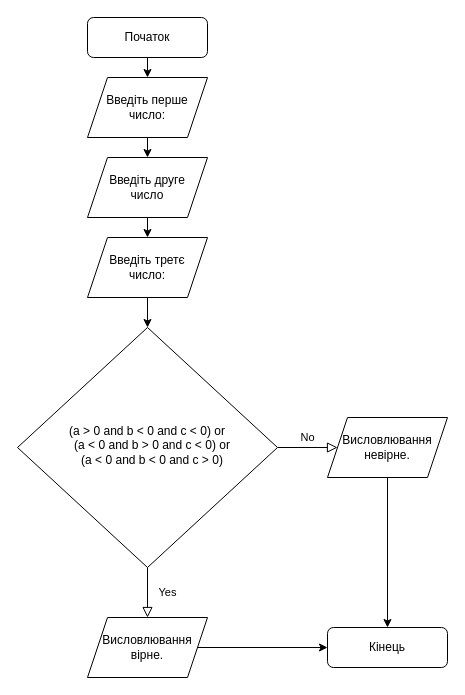
The draw.io diagram page "hw02-2" (2 of 5) of 02-diagrams.drawio in mariia-a-bondarenko/python-slfu-2023, before the edit. Source tidied: cells renumbered, new cells numbered last; positions are measured from the earlier drawing's top-left corner, leaving out a move shared by most shapes. Both pictures are drawn from the tidied source at 100%, with x=0, y=0 at pixel (17, 17).
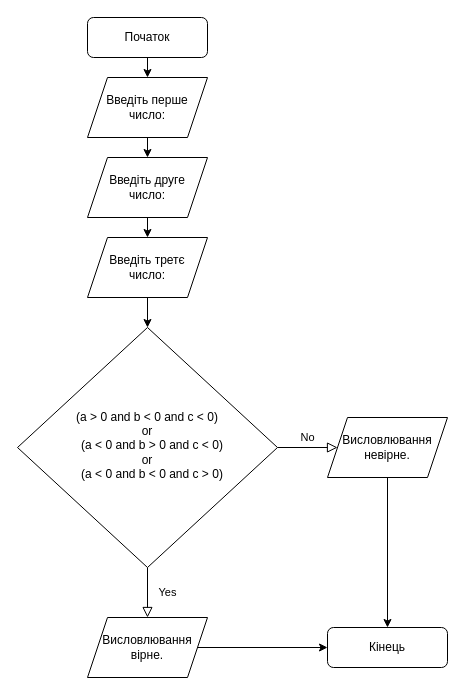
The same diagram, later.

The edit, as a diff of the source:
```diff
@@
 <mxGraphModel>
   <root>
     <mxCell id="0" />
     <mxCell id="1" parent="0" />
     <mxCell id="2" value="Yes" style="rounded=0;html=1;jettySize=auto;fontSize=11;endArrow=block;endFill=0;endSize=8;strokeWidth=1;shadow=0;labelBackgroundColor=none;edgeStyle=orthogonalEdgeStyle;entryX=0.5;entryY=0;entryDx=0;entryDy=0;" parent="1" edge="1" source="4" target="16">
       <mxGeometry y="20" relative="1" as="geometry">
         <Array as="points">
           <mxPoint x="130" y="590" />
           <mxPoint x="130" y="590" />
         </Array>
       </mxGeometry>
     </mxCell>
     <mxCell id="3" value="No" style="edgeStyle=orthogonalEdgeStyle;rounded=0;html=1;jettySize=auto;fontSize=11;endArrow=block;endFill=0;endSize=8;strokeWidth=1;shadow=0;labelBackgroundColor=none;entryX=0;entryY=0.5;entryDx=0;entryDy=0;" parent="1" edge="1" source="4" target="14">
       <mxGeometry y="10" relative="1" as="geometry" />
     </mxCell>
-    <mxCell id="4" value="&lt;div&gt;(a &amp;gt; 0 and b &amp;lt; 0 and c &amp;lt; 0) or&lt;/div&gt;&lt;div&gt;&amp;nbsp; &amp;nbsp;(a &amp;lt; 0 and b &amp;gt; 0 and c &amp;lt; 0) or&lt;/div&gt;&lt;div&gt;&amp;nbsp; &amp;nbsp;(a &amp;lt; 0 and b &amp;lt; 0 and c &amp;gt; 0)&lt;/div&gt;" style="rhombus;whiteSpace=wrap;html=1;shadow=0;fontFamily=Helvetica;fontSize=12;align=center;strokeWidth=1;spacing=6;spacingTop=-4;" parent="1" vertex="1">
+    <mxCell id="4" value="&lt;div&gt;(a &amp;gt; 0 and b &amp;lt; 0 and c &amp;lt; 0)&lt;br&gt;or&lt;/div&gt;&lt;div&gt;&amp;nbsp; &amp;nbsp;(a &amp;lt; 0 and b &amp;gt; 0 and c &amp;lt; 0)&lt;br&gt;or&lt;/div&gt;&lt;div&gt;&amp;nbsp; &amp;nbsp;(a &amp;lt; 0 and b &amp;lt; 0 and c &amp;gt; 0)&lt;/div&gt;" style="rhombus;whiteSpace=wrap;html=1;shadow=0;fontFamily=Helvetica;fontSize=12;align=center;strokeWidth=1;spacing=6;spacingTop=-4;" parent="1" vertex="1">
       <mxGeometry y="310" width="260" height="240" as="geometry" />
     </mxCell>
     <mxCell id="5" style="edgeStyle=orthogonalEdgeStyle;rounded=0;jettySize=auto;html=1;exitX=0.5;exitY=1;exitDx=0;exitDy=0;entryX=0.5;entryY=0;entryDx=0;entryDy=0;" parent="1" edge="1" source="6" target="8">
       <mxGeometry relative="1" as="geometry" />
     </mxCell>
     <mxCell id="6" value="Початок" style="rounded=1;whiteSpace=wrap;html=1;fontSize=12;glass=0;strokeWidth=1;shadow=0;" parent="1" vertex="1">
       <mxGeometry x="70" width="120" height="40" as="geometry" />
     </mxCell>
     <mxCell id="7" style="edgeStyle=orthogonalEdgeStyle;rounded=0;jettySize=auto;html=1;exitX=0.5;exitY=1;exitDx=0;exitDy=0;entryX=0.5;entryY=0;entryDx=0;entryDy=0;" parent="1" edge="1" source="8" target="10">
       <mxGeometry relative="1" as="geometry" />
     </mxCell>
     <mxCell id="8" value="Введіть перше число:" style="shape=parallelogram;perimeter=parallelogramPerimeter;whiteSpace=wrap;html=1;fixedSize=1;spacing=8;" parent="1" vertex="1">
       <mxGeometry x="70" y="60" width="120" height="60" as="geometry" />
     </mxCell>
     <mxCell id="9" style="edgeStyle=orthogonalEdgeStyle;rounded=0;jettySize=auto;html=1;exitX=0.5;exitY=1;exitDx=0;exitDy=0;entryX=0.5;entryY=0;entryDx=0;entryDy=0;" parent="1" edge="1" source="10" target="12">
       <mxGeometry relative="1" as="geometry" />
     </mxCell>
-    <mxCell id="10" value="Введіть друге число" style="shape=parallelogram;perimeter=parallelogramPerimeter;html=1;fixedSize=1;whiteSpace=wrap;spacing=8;" parent="1" vertex="1">
+    <mxCell id="10" value="Введіть друге число:" style="shape=parallelogram;perimeter=parallelogramPerimeter;html=1;fixedSize=1;whiteSpace=wrap;spacing=8;" parent="1" vertex="1">
       <mxGeometry x="70" y="140" width="120" height="60" as="geometry" />
     </mxCell>
     <mxCell id="11" style="edgeStyle=orthogonalEdgeStyle;rounded=0;jettySize=auto;html=1;exitX=0.5;exitY=1;exitDx=0;exitDy=0;entryX=0.5;entryY=0;entryDx=0;entryDy=0;" parent="1" edge="1" source="12" target="4">
       <mxGeometry relative="1" as="geometry" />
     </mxCell>
     <mxCell id="12" value="Введіть третє число:" style="shape=parallelogram;perimeter=parallelogramPerimeter;whiteSpace=wrap;html=1;fixedSize=1;spacing=8;" parent="1" vertex="1">
       <mxGeometry x="70" y="220" width="120" height="60" as="geometry" />
     </mxCell>
     <mxCell id="13" style="edgeStyle=orthogonalEdgeStyle;rounded=0;jettySize=auto;html=1;exitX=0.5;exitY=1;exitDx=0;exitDy=0;entryX=0.5;entryY=0;entryDx=0;entryDy=0;" parent="1" edge="1" source="14" target="17">
       <mxGeometry relative="1" as="geometry" />
     </mxCell>
     <mxCell id="14" value="Висловлювання невірне." style="shape=parallelogram;perimeter=parallelogramPerimeter;whiteSpace=wrap;html=1;fixedSize=1;spacing=12;" parent="1" vertex="1">
       <mxGeometry x="310" y="400" width="120" height="60" as="geometry" />
     </mxCell>
     <mxCell id="15" style="edgeStyle=orthogonalEdgeStyle;rounded=0;jettySize=auto;html=1;exitX=1;exitY=0.5;exitDx=0;exitDy=0;entryX=0;entryY=0.5;entryDx=0;entryDy=0;" parent="1" edge="1" source="16" target="17">
       <mxGeometry relative="1" as="geometry" />
     </mxCell>
     <mxCell id="16" value="Висловлювання вірне." style="shape=parallelogram;perimeter=parallelogramPerimeter;whiteSpace=wrap;html=1;fixedSize=1;spacing=12;" parent="1" vertex="1">
       <mxGeometry x="70" y="600" width="120" height="60" as="geometry" />
     </mxCell>
     <mxCell id="17" value="Кінець" style="rounded=1;whiteSpace=wrap;html=1;fontSize=12;glass=0;strokeWidth=1;shadow=0;" parent="1" vertex="1">
       <mxGeometry x="310" y="610" width="120" height="40" as="geometry" />
     </mxCell>
   </root>
 </mxGraphModel>
```
